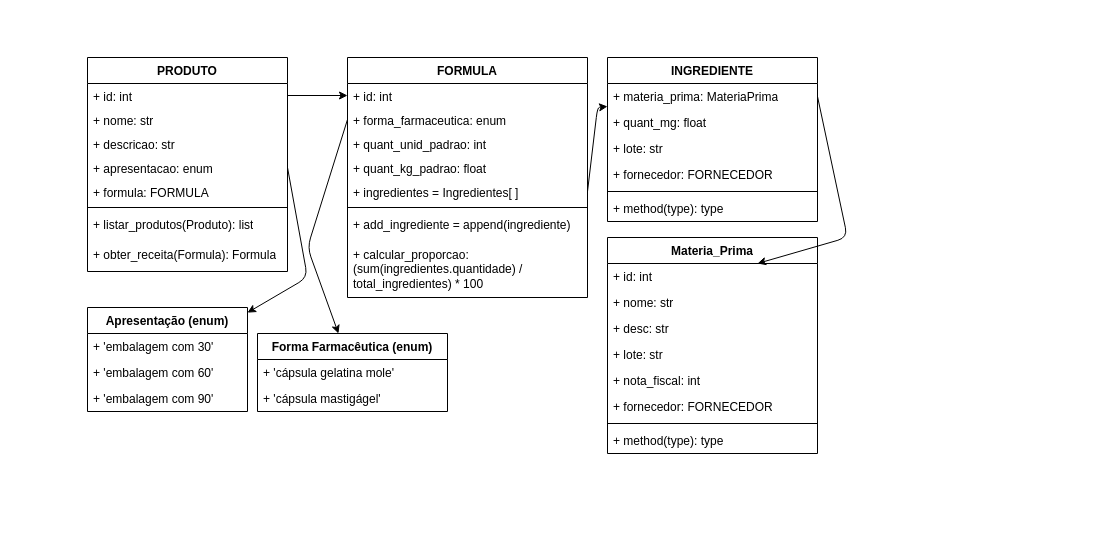
This is docs/diagram_class.drawio from alexandrefreitass/controle-de-capsulas, a draw.io file, before an edit. Source tidied: cells renumbered, new cells numbered last; positions are measured from the earlier drawing's top-left corner, leaving out a move shared by most shapes. Both pictures are drawn from the tidied source at 100%, with x=0, y=0 at pixel (87, 57).
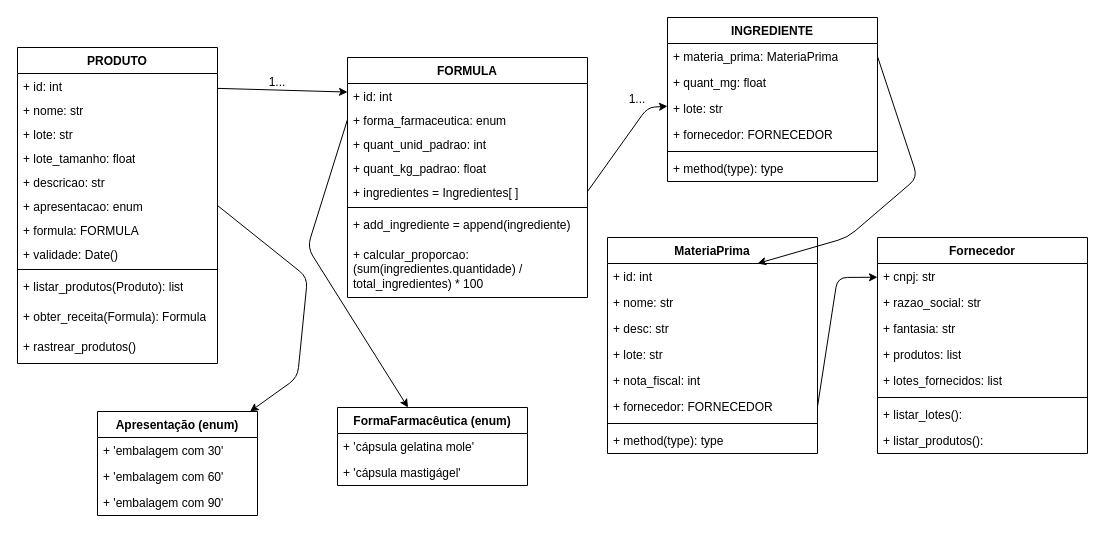
The same diagram, later.

Unchanged cells that the change refers to:
```xml
<mxCell id="16" value="&lt;div&gt;+ ingredientes = Ingredientes[ ]&lt;/div&gt;" style="text;strokeColor=none;fillColor=none;align=left;verticalAlign=top;spacingLeft=4;spacingRight=4;overflow=hidden;points=[[0,0.5],[1,0.5]];portConstraint=eastwest;whiteSpace=wrap;html=1;" parent="11" vertex="1">
  <mxGeometry y="122" width="240" height="24" as="geometry" />
</mxCell>
<mxCell id="22" value="+ id: int" style="text;strokeColor=none;fillColor=none;align=left;verticalAlign=top;spacingLeft=4;spacingRight=4;overflow=hidden;points=[[0,0.5],[1,0.5]];portConstraint=eastwest;whiteSpace=wrap;html=1;" parent="21" vertex="1">
  <mxGeometry y="26" width="210" height="26" as="geometry" />
</mxCell>
<mxCell id="27" value="+ fornecedor: FORNECEDOR" style="text;strokeColor=none;fillColor=none;align=left;verticalAlign=top;spacingLeft=4;spacingRight=4;overflow=hidden;points=[[0,0.5],[1,0.5]];portConstraint=eastwest;whiteSpace=wrap;html=1;" parent="21" vertex="1">
  <mxGeometry y="156" width="210" height="26" as="geometry" />
</mxCell>
<mxCell id="40" value="+ materia_prima: MateriaPrima" style="text;strokeColor=none;fillColor=none;align=left;verticalAlign=top;spacingLeft=4;spacingRight=4;overflow=hidden;points=[[0,0.5],[1,0.5]];portConstraint=eastwest;whiteSpace=wrap;html=1;" parent="39" vertex="1">
  <mxGeometry y="26" width="210" height="26" as="geometry" />
</mxCell>
```

The edit, as a diff of the source:
```diff
@@
     <mxCell id="2" value="PRODUTO" style="swimlane;fontStyle=1;align=center;verticalAlign=top;horizontal=1;startSize=26;whiteSpace=wrap;html=1;" parent="1" vertex="1">
-      <mxGeometry width="200" height="214" as="geometry" />
+      <mxGeometry x="-70" y="-10" width="200" height="316" as="geometry" />
     </mxCell>
@@
+    <mxCell id="48" value="&lt;div&gt;+ lote: str&lt;/div&gt;" style="text;strokeColor=none;fillColor=none;align=left;verticalAlign=top;spacingLeft=4;spacingRight=4;overflow=hidden;whiteSpace=wrap;html=1;" parent="2" vertex="1">
+      <mxGeometry y="74" width="200" height="24" as="geometry" />
+    </mxCell>
+    <mxCell id="49" value="&lt;div&gt;+ lote_tamanho: float&lt;/div&gt;" style="text;strokeColor=none;fillColor=none;align=left;verticalAlign=top;spacingLeft=4;spacingRight=4;overflow=hidden;whiteSpace=wrap;html=1;" parent="2" vertex="1">
+      <mxGeometry y="98" width="200" height="24" as="geometry" />
+    </mxCell>
     <mxCell id="5" value="&lt;div&gt;+ descricao: str&lt;/div&gt;" style="text;strokeColor=none;fillColor=none;align=left;verticalAlign=top;spacingLeft=4;spacingRight=4;overflow=hidden;whiteSpace=wrap;html=1;" parent="2" vertex="1">
-      <mxGeometry y="74" width="200" height="24" as="geometry" />
+      <mxGeometry y="122" width="200" height="24" as="geometry" />
     </mxCell>
     <mxCell id="6" value="&lt;div&gt;+ apresentacao: enum&lt;/div&gt;" style="text;strokeColor=none;fillColor=none;align=left;verticalAlign=top;spacingLeft=4;spacingRight=4;overflow=hidden;points=[[0,0.5],[1,0.5]];portConstraint=eastwest;whiteSpace=wrap;html=1;" parent="2" vertex="1">
-      <mxGeometry y="98" width="200" height="24" as="geometry" />
+      <mxGeometry y="146" width="200" height="24" as="geometry" />
     </mxCell>
     <mxCell id="7" value="&lt;div&gt;+ formula: FORMULA&lt;/div&gt;" style="text;strokeColor=none;fillColor=none;align=left;verticalAlign=top;spacingLeft=4;spacingRight=4;overflow=hidden;whiteSpace=wrap;html=1;" parent="2" vertex="1">
-      <mxGeometry y="122" width="200" height="24" as="geometry" />
+      <mxGeometry y="170" width="200" height="24" as="geometry" />
     </mxCell>
+    <mxCell id="50" value="&lt;div&gt;+ validade: Date()&lt;/div&gt;" style="text;strokeColor=none;fillColor=none;align=left;verticalAlign=top;spacingLeft=4;spacingRight=4;overflow=hidden;whiteSpace=wrap;html=1;" parent="2" vertex="1">
+      <mxGeometry y="194" width="200" height="24" as="geometry" />
+    </mxCell>
     <mxCell id="8" style="line;strokeWidth=1;fillColor=none;align=left;verticalAlign=middle;spacingTop=-1;spacingLeft=3;spacingRight=3;labelPosition=right;strokeColor=inherit;" parent="2" vertex="1">
-      <mxGeometry y="146" width="200" height="8" as="geometry" />
+      <mxGeometry y="218" width="200" height="8" as="geometry" />
     </mxCell>
     <mxCell id="9" value="+ listar_produtos(Produto): list" style="text;strokeColor=none;fillColor=none;align=left;verticalAlign=top;spacingLeft=4;spacingRight=4;overflow=hidden;whiteSpace=wrap;html=1;" parent="2" vertex="1">
-      <mxGeometry y="154" width="200" height="30" as="geometry" />
+      <mxGeometry y="226" width="200" height="30" as="geometry" />
     </mxCell>
     <mxCell id="10" value="+ obter_receita(Formula): Formula" style="text;strokeColor=none;fillColor=none;align=left;verticalAlign=top;spacingLeft=4;spacingRight=4;overflow=hidden;whiteSpace=wrap;html=1;" parent="2" vertex="1">
-      <mxGeometry y="184" width="200" height="30" as="geometry" />
+      <mxGeometry y="256" width="200" height="30" as="geometry" />
     </mxCell>
+    <mxCell id="51" value="+ rastrear_produtos()" style="text;strokeColor=none;fillColor=none;align=left;verticalAlign=top;spacingLeft=4;spacingRight=4;overflow=hidden;whiteSpace=wrap;html=1;" parent="2" vertex="1">
+      <mxGeometry y="286" width="200" height="30" as="geometry" />
+    </mxCell>
@@
-    <mxCell id="21" value="Materia_Prima" style="swimlane;fontStyle=1;align=center;verticalAlign=top;horizontal=1;startSize=26;whiteSpace=wrap;html=1;" parent="1" vertex="1">
+    <mxCell id="21" value="MateriaPrima" style="swimlane;fontStyle=1;align=center;verticalAlign=top;horizontal=1;startSize=26;whiteSpace=wrap;html=1;" parent="1" vertex="1">
       <mxGeometry x="520" y="180" width="210" height="216" as="geometry" />
     </mxCell>
@@
     <mxCell id="30" value="Apresentação (enum)" style="swimlane;fontStyle=1;align=center;verticalAlign=top;horizontal=1;startSize=26;whiteSpace=wrap;html=1;" parent="1" vertex="1">
-      <mxGeometry y="250" width="160" height="104" as="geometry" />
+      <mxGeometry x="10" y="354" width="160" height="104" as="geometry" />
     </mxCell>
@@
     <mxCell id="34" style="edgeStyle=none;html=1;exitX=1;exitY=0.5;exitDx=0;exitDy=0;" parent="1" edge="1" source="6" target="30">
       <mxGeometry relative="1" as="geometry">
         <Array as="points">
           <mxPoint x="220" y="220" />
+          <mxPoint x="210" y="320" />
         </Array>
       </mxGeometry>
     </mxCell>
-    <mxCell id="35" value="Forma Farmacêutica (enum)" style="swimlane;fontStyle=1;align=center;verticalAlign=top;horizontal=1;startSize=26;whiteSpace=wrap;html=1;" parent="1" vertex="1">
-      <mxGeometry x="170" y="276" width="190" height="78" as="geometry" />
+    <mxCell id="35" value="FormaFarmacêutica (enum)" style="swimlane;fontStyle=1;align=center;verticalAlign=top;horizontal=1;startSize=26;whiteSpace=wrap;html=1;" parent="1" vertex="1">
+      <mxGeometry x="250" y="350" width="190" height="78" as="geometry" />
     </mxCell>
@@
     <mxCell id="39" value="INGREDIENTE" style="swimlane;fontStyle=1;align=center;verticalAlign=top;horizontal=1;startSize=26;whiteSpace=wrap;html=1;" parent="1" vertex="1">
-      <mxGeometry x="520" width="210" height="164" as="geometry" />
+      <mxGeometry x="580" y="-40" width="210" height="164" as="geometry" />
     </mxCell>
@@
     <mxCell id="46" style="edgeStyle=none;html=1;exitX=1;exitY=0.5;exitDx=0;exitDy=0;" parent="1" edge="1" source="40" target="22">
       <mxGeometry relative="1" as="geometry">
         <Array as="points">
+          <mxPoint x="830" y="120" />
           <mxPoint x="760" y="180" />
         </Array>
       </mxGeometry>
     </mxCell>
-    <mxCell id="47" style="edgeStyle=none;html=1;exitX=1;exitY=0.5;exitDx=0;exitDy=0;" parent="1" edge="1" source="16">
-      <mxGeometry relative="1" as="geometry">
-        <mxPoint x="520" y="49" as="targetPoint" />
-        <Array as="points">
-          <mxPoint x="510" y="50" />
-        </Array>
-      </mxGeometry>
-    </mxCell>
+    <mxCell id="52" value="Fornecedor" style="swimlane;fontStyle=1;align=center;verticalAlign=top;horizontal=1;startSize=26;whiteSpace=wrap;html=1;" parent="1" vertex="1">
+      <mxGeometry x="790" y="180" width="210" height="216" as="geometry" />
+    </mxCell>
+    <mxCell id="53" value="+ cnpj: str" style="text;strokeColor=none;fillColor=none;align=left;verticalAlign=top;spacingLeft=4;spacingRight=4;overflow=hidden;points=[[0,0.5],[1,0.5]];portConstraint=eastwest;whiteSpace=wrap;html=1;" parent="52" vertex="1">
+      <mxGeometry y="26" width="210" height="26" as="geometry" />
+    </mxCell>
+    <mxCell id="54" value="+ razao_social: str" style="text;strokeColor=none;fillColor=none;align=left;verticalAlign=top;spacingLeft=4;spacingRight=4;overflow=hidden;whiteSpace=wrap;html=1;" parent="52" vertex="1">
+      <mxGeometry y="52" width="210" height="26" as="geometry" />
+    </mxCell>
+    <mxCell id="55" value="+ fantasia: str" style="text;strokeColor=none;fillColor=none;align=left;verticalAlign=top;spacingLeft=4;spacingRight=4;overflow=hidden;whiteSpace=wrap;html=1;" parent="52" vertex="1">
+      <mxGeometry y="78" width="210" height="26" as="geometry" />
+    </mxCell>
+    <mxCell id="56" value="+ produtos: list" style="text;strokeColor=none;fillColor=none;align=left;verticalAlign=top;spacingLeft=4;spacingRight=4;overflow=hidden;whiteSpace=wrap;html=1;" parent="52" vertex="1">
+      <mxGeometry y="104" width="210" height="26" as="geometry" />
+    </mxCell>
+    <mxCell id="57" value="+ lotes_fornecidos: list" style="text;strokeColor=none;fillColor=none;align=left;verticalAlign=top;spacingLeft=4;spacingRight=4;overflow=hidden;whiteSpace=wrap;html=1;" parent="52" vertex="1">
+      <mxGeometry y="130" width="210" height="26" as="geometry" />
+    </mxCell>
+    <mxCell id="58" style="line;strokeWidth=1;fillColor=none;align=left;verticalAlign=middle;spacingTop=-1;spacingLeft=3;spacingRight=3;labelPosition=right;strokeColor=inherit;" parent="52" vertex="1">
+      <mxGeometry y="156" width="210" height="8" as="geometry" />
+    </mxCell>
+    <mxCell id="59" value="+ listar_lotes():&amp;nbsp;" style="text;strokeColor=none;fillColor=none;align=left;verticalAlign=top;spacingLeft=4;spacingRight=4;overflow=hidden;whiteSpace=wrap;html=1;" parent="52" vertex="1">
+      <mxGeometry y="164" width="210" height="26" as="geometry" />
+    </mxCell>
+    <mxCell id="60" value="+ listar_produtos():&amp;nbsp;" style="text;strokeColor=none;fillColor=none;align=left;verticalAlign=top;spacingLeft=4;spacingRight=4;overflow=hidden;whiteSpace=wrap;html=1;" parent="52" vertex="1">
+      <mxGeometry y="190" width="210" height="26" as="geometry" />
+    </mxCell>
+    <mxCell id="61" style="edgeStyle=none;html=1;exitX=1;exitY=0.5;exitDx=0;exitDy=0;" parent="1" edge="1" source="27" target="53">
+      <mxGeometry relative="1" as="geometry">
+        <Array as="points">
+          <mxPoint x="750" y="220" />
+        </Array>
+      </mxGeometry>
+    </mxCell>
+    <mxCell id="62" value="1..." style="text;strokeColor=none;align=center;fillColor=none;html=1;verticalAlign=middle;whiteSpace=wrap;rounded=0;" parent="1" vertex="1">
+      <mxGeometry x="160" y="10" width="60" height="30" as="geometry" />
+    </mxCell>
+    <mxCell id="63" style="edgeStyle=none;html=1;exitX=1;exitY=0.5;exitDx=0;exitDy=0;" parent="1" edge="1" source="16" target="39">
+      <mxGeometry relative="1" as="geometry">
+        <Array as="points">
+          <mxPoint x="560" y="50" />
+        </Array>
+      </mxGeometry>
+    </mxCell>
+    <mxCell id="64" value="1..." style="text;strokeColor=none;align=center;fillColor=none;html=1;verticalAlign=middle;whiteSpace=wrap;rounded=0;" parent="1" vertex="1">
+      <mxGeometry x="520" y="27" width="60" height="30" as="geometry" />
+    </mxCell>
```
